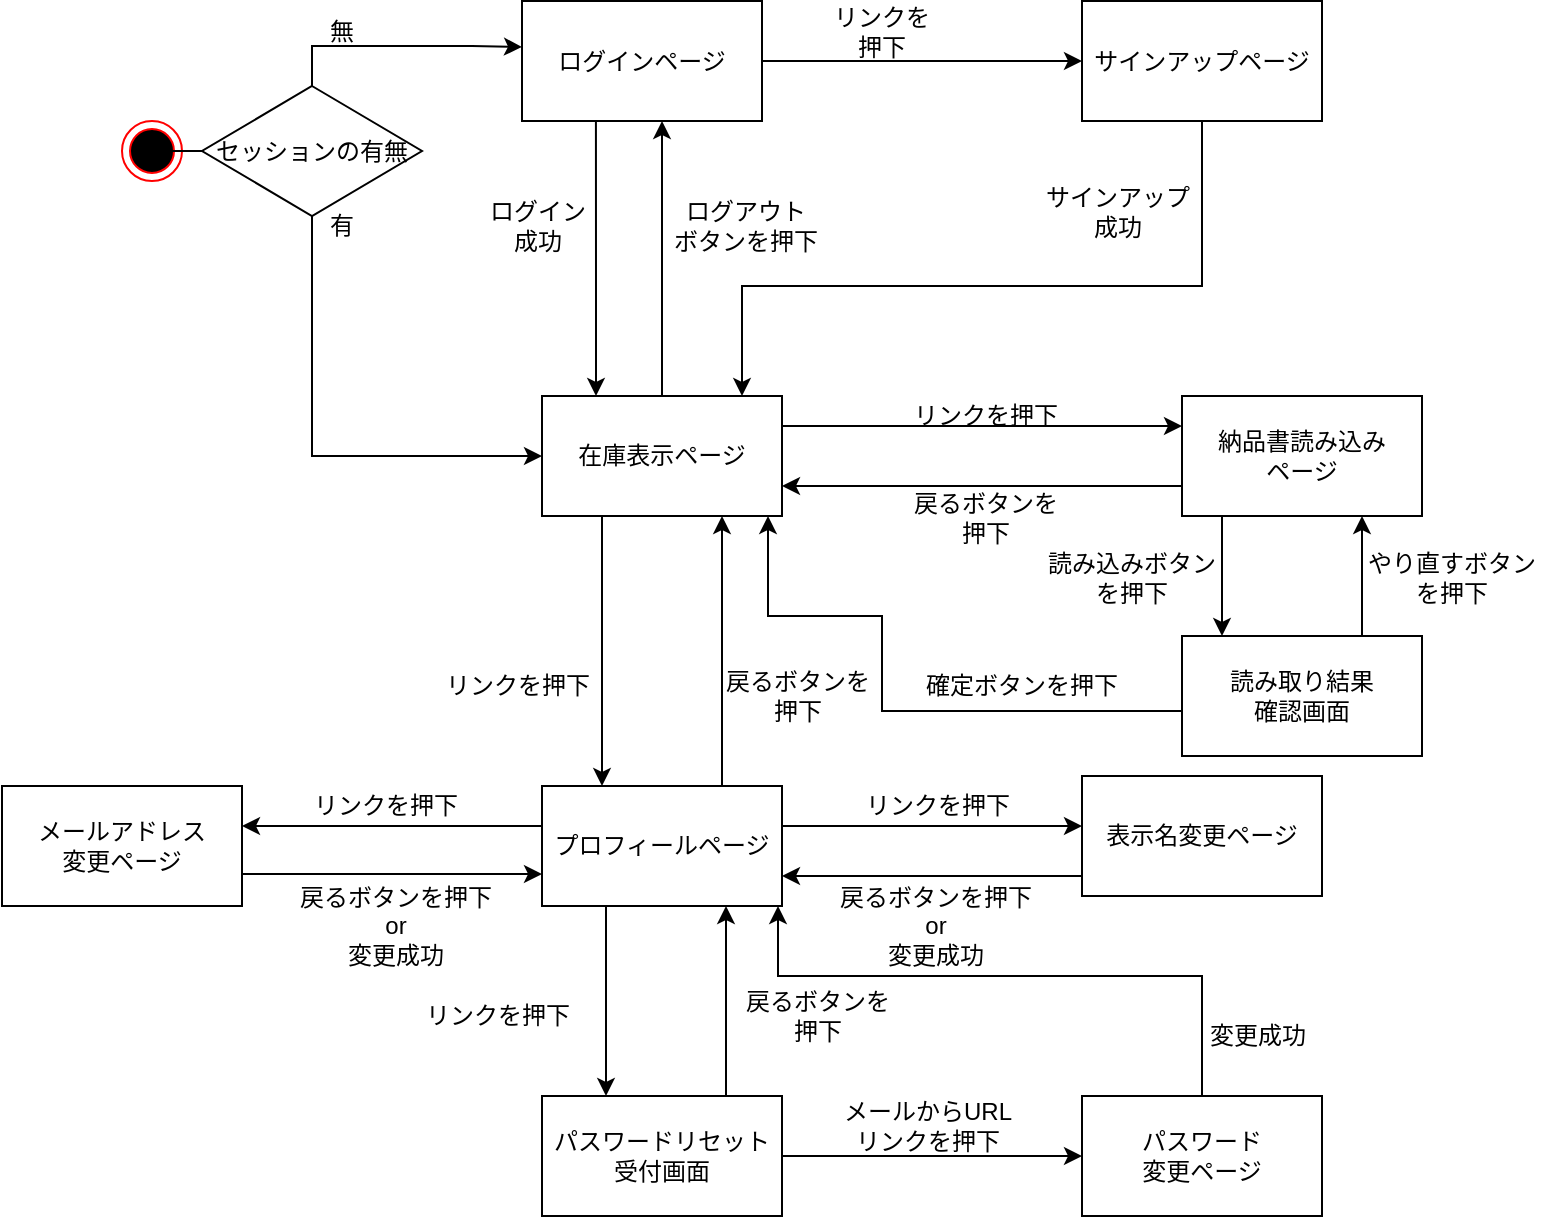
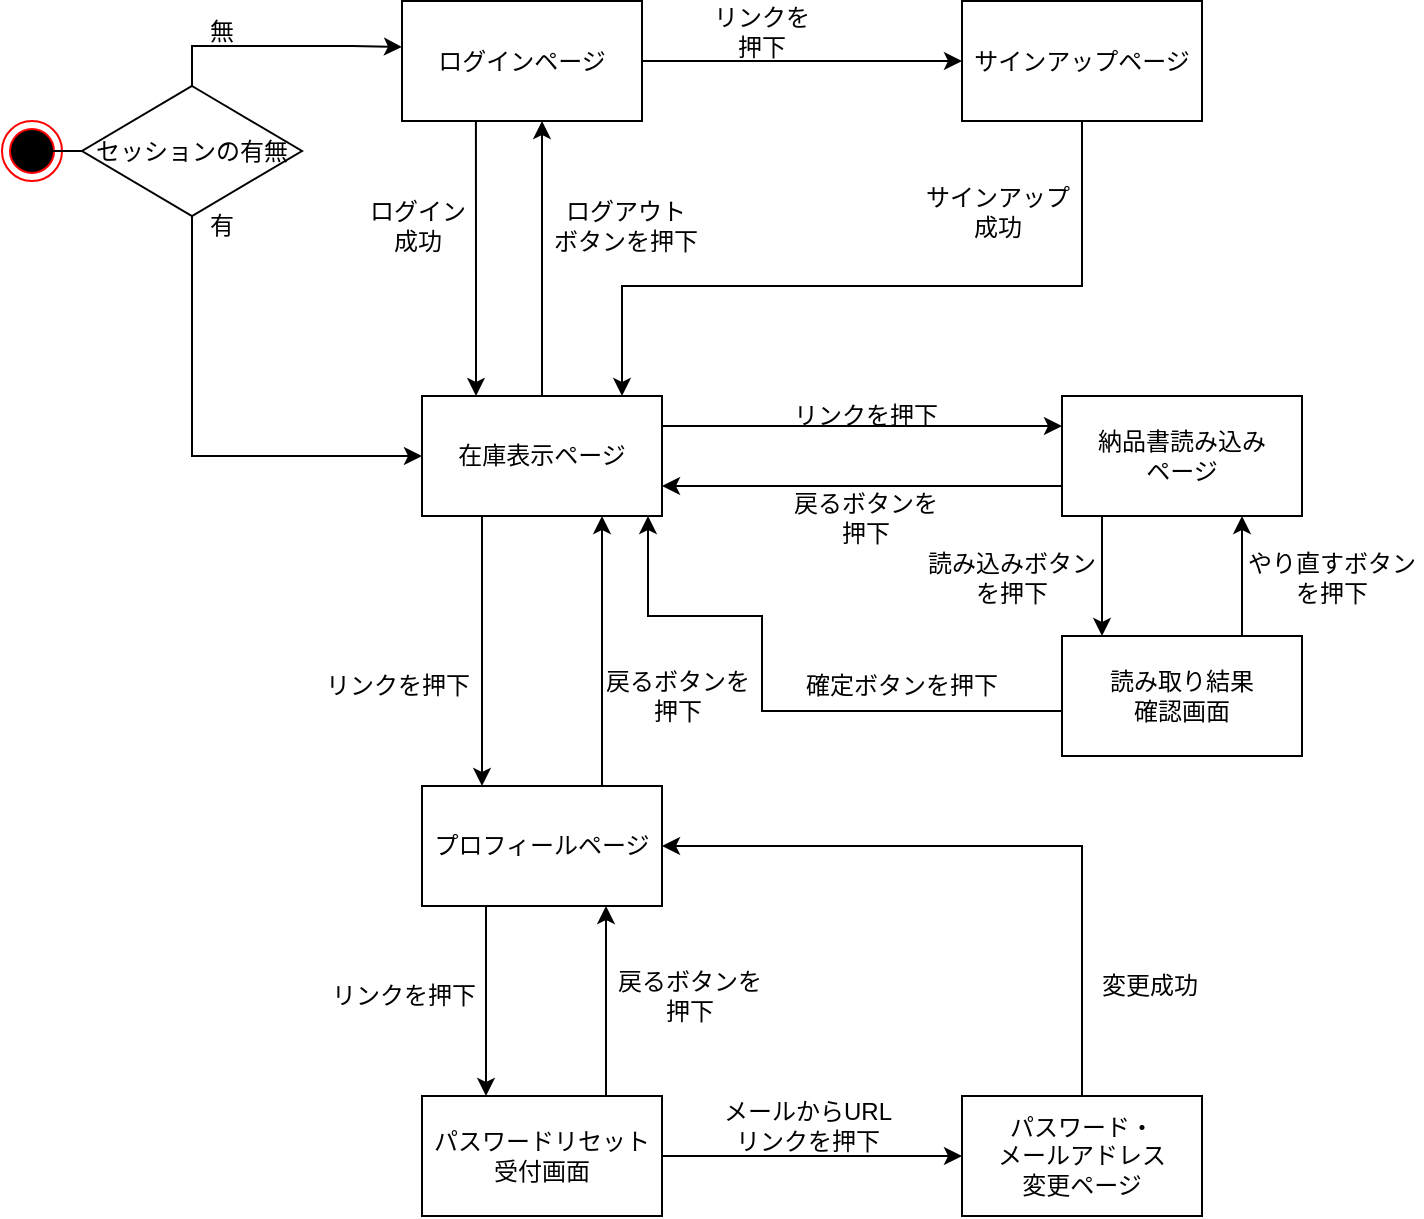
<mxfile host="app.diagrams.net">
  <diagram name="ページ-1" id="oChiVe9o_Wb05AkYbYam">
    <mxGraphModel grid="1" page="1" gridSize="10" guides="1" tooltips="1" connect="1" arrows="1" fold="1" pageScale="1" pageWidth="827" pageHeight="1169" background="none" math="0" shadow="0">
      <root>
        <mxCell id="0" />
        <mxCell id="1" parent="0" />
        <mxCell id="JyQQfxbpPmY2MaOm-ZnS-17" edge="1" parent="1" source="JyQQfxbpPmY2MaOm-ZnS-1" style="edgeStyle=orthogonalEdgeStyle;rounded=0;orthogonalLoop=1;jettySize=auto;html=1;" target="JyQQfxbpPmY2MaOm-ZnS-16" value="">
          <mxGeometry relative="1" as="geometry" />
        </mxCell>
        <mxCell id="JyQQfxbpPmY2MaOm-ZnS-20" edge="1" parent="1" source="JyQQfxbpPmY2MaOm-ZnS-1" style="edgeStyle=orthogonalEdgeStyle;rounded=0;orthogonalLoop=1;jettySize=auto;html=1;exitX=0.308;exitY=0.958;exitDx=0;exitDy=0;exitPerimeter=0;" target="JyQQfxbpPmY2MaOm-ZnS-8" value="">
          <mxGeometry relative="1" as="geometry">
            <Array as="points">
              <mxPoint x="307" y="220" />
              <mxPoint x="307" y="220" />
            </Array>
            <mxPoint x="310" y="140" as="sourcePoint" />
          </mxGeometry>
        </mxCell>
        <mxCell id="JyQQfxbpPmY2MaOm-ZnS-1" parent="1" style="rounded=0;whiteSpace=wrap;html=1;" value="ログインページ" vertex="1">
          <mxGeometry height="60" width="120" x="270" y="72.5" as="geometry" />
        </mxCell>
        <mxCell id="JyQQfxbpPmY2MaOm-ZnS-2" parent="1" style="ellipse;html=1;shape=endState;fillColor=#000000;strokeColor=#ff0000;" value="" vertex="1">
          <mxGeometry height="30" width="30" x="70" y="132.5" as="geometry" />
        </mxCell>
        <mxCell id="JyQQfxbpPmY2MaOm-ZnS-7" edge="1" parent="1" source="JyQQfxbpPmY2MaOm-ZnS-3" style="edgeStyle=orthogonalEdgeStyle;rounded=0;orthogonalLoop=1;jettySize=auto;html=1;endArrow=none;endFill=0;" target="JyQQfxbpPmY2MaOm-ZnS-2" value="">
          <mxGeometry relative="1" as="geometry" />
        </mxCell>
        <mxCell id="JyQQfxbpPmY2MaOm-ZnS-11" edge="1" parent="1" source="JyQQfxbpPmY2MaOm-ZnS-3" style="edgeStyle=orthogonalEdgeStyle;rounded=0;orthogonalLoop=1;jettySize=auto;html=1;entryX=0;entryY=0.5;entryDx=0;entryDy=0;exitX=0.5;exitY=1;exitDx=0;exitDy=0;" target="JyQQfxbpPmY2MaOm-ZnS-8">
          <mxGeometry relative="1" as="geometry" />
        </mxCell>
        <mxCell id="JyQQfxbpPmY2MaOm-ZnS-3" parent="1" style="rhombus;whiteSpace=wrap;html=1;" value="セッションの有無" vertex="1">
          <mxGeometry height="65" width="110" x="110" y="115" as="geometry" />
        </mxCell>
        <mxCell id="JyQQfxbpPmY2MaOm-ZnS-19" edge="1" parent="1" style="rounded=0;orthogonalLoop=1;jettySize=auto;html=1;endArrow=classic;endFill=1;edgeStyle=orthogonalEdgeStyle;entryX=0;entryY=0.25;entryDx=0;entryDy=0;" target="JyQQfxbpPmY2MaOm-ZnS-18" value="">
          <mxGeometry relative="1" as="geometry">
            <Array as="points">
              <mxPoint x="378" y="285" />
            </Array>
            <mxPoint x="378" y="282.5" as="sourcePoint" />
            <mxPoint x="580" y="283" as="targetPoint" />
          </mxGeometry>
        </mxCell>
        <mxCell id="JyQQfxbpPmY2MaOm-ZnS-24" edge="1" parent="1" source="JyQQfxbpPmY2MaOm-ZnS-8" style="edgeStyle=orthogonalEdgeStyle;rounded=0;orthogonalLoop=1;jettySize=auto;html=1;" target="JyQQfxbpPmY2MaOm-ZnS-1" value="">
          <mxGeometry relative="1" as="geometry">
            <Array as="points">
              <mxPoint x="340" y="210" />
              <mxPoint x="340" y="210" />
            </Array>
          </mxGeometry>
        </mxCell>
        <mxCell id="JyQQfxbpPmY2MaOm-ZnS-8" parent="1" style="rounded=0;whiteSpace=wrap;html=1;" value="在庫表示ページ" vertex="1">
          <mxGeometry height="60" width="120" x="280" y="270" as="geometry" />
        </mxCell>
        <mxCell id="JyQQfxbpPmY2MaOm-ZnS-9" edge="1" parent="1" source="JyQQfxbpPmY2MaOm-ZnS-8" style="edgeStyle=orthogonalEdgeStyle;rounded=0;orthogonalLoop=1;jettySize=auto;html=1;exitX=0.5;exitY=1;exitDx=0;exitDy=0;" target="JyQQfxbpPmY2MaOm-ZnS-8">
          <mxGeometry relative="1" as="geometry" />
        </mxCell>
        <mxCell id="JyQQfxbpPmY2MaOm-ZnS-10" edge="1" parent="1" source="JyQQfxbpPmY2MaOm-ZnS-3" style="edgeStyle=orthogonalEdgeStyle;rounded=0;orthogonalLoop=1;jettySize=auto;html=1;entryX=0;entryY=0.383;entryDx=0;entryDy=0;entryPerimeter=0;exitX=0.5;exitY=0;exitDx=0;exitDy=0;" target="JyQQfxbpPmY2MaOm-ZnS-1">
          <mxGeometry relative="1" as="geometry" />
        </mxCell>
        <mxCell id="JyQQfxbpPmY2MaOm-ZnS-13" parent="1" style="text;html=1;whiteSpace=wrap;strokeColor=none;fillColor=none;align=center;verticalAlign=middle;rounded=0;" value="有&lt;span style=&quot;color: rgba(0, 0, 0, 0); font-family: monospace; font-size: 0px; text-align: start; white-space: nowrap;&quot;&gt;%3CmxGraphModel%3E%3Croot%3E%3CmxCell%20id%3D%220%22%2F%3E%3CmxCell%20id%3D%221%22%20parent%3D%220%22%2F%3E%3CmxCell%20id%3D%222%22%20edge%3D%221%22%20parent%3D%221%22%20style%3D%22edgeStyle%3DorthogonalEdgeStyle%3Brounded%3D0%3BorthogonalLoop%3D1%3BjettySize%3Dauto%3Bhtml%3D1%3BexitX%3D1%3BexitY%3D1%3BexitDx%3D0%3BexitDy%3D0%3BentryX%3D0%3BentryY%3D1%3BentryDx%3D0%3BentryDy%3D0%3B%22%3E%3CmxGeometry%20relative%3D%221%22%20as%3D%22geometry%22%3E%3CmxPoint%20x%3D%22146%22%20y%3D%22151%22%20as%3D%22sourcePoint%22%2F%3E%3CmxPoint%20x%3D%22124%22%20y%3D%22151%22%20as%3D%22targetPoint%22%2F%3E%3C%2FmxGeometry%3E%3C%2FmxCell%3E%3C%2Froot%3E%3C%2FmxGraphModel%3E&lt;/span&gt;" vertex="1">
          <mxGeometry height="30" width="60" x="150" y="170" as="geometry" />
        </mxCell>
        <mxCell id="JyQQfxbpPmY2MaOm-ZnS-14" parent="1" style="text;html=1;whiteSpace=wrap;strokeColor=none;fillColor=none;align=center;verticalAlign=middle;rounded=0;" value="無" vertex="1">
          <mxGeometry height="30" width="60" x="150" y="72.5" as="geometry" />
        </mxCell>
        <mxCell id="JyQQfxbpPmY2MaOm-ZnS-21" edge="1" parent="1" source="JyQQfxbpPmY2MaOm-ZnS-16" style="edgeStyle=orthogonalEdgeStyle;rounded=0;orthogonalLoop=1;jettySize=auto;html=1;exitX=0.5;exitY=1;exitDx=0;exitDy=0;">
          <mxGeometry relative="1" as="geometry">
            <Array as="points">
              <mxPoint x="610" y="215" />
              <mxPoint x="380" y="215" />
            </Array>
            <mxPoint x="610" y="140" as="sourcePoint" />
            <mxPoint x="380" y="270" as="targetPoint" />
          </mxGeometry>
        </mxCell>
        <mxCell id="JyQQfxbpPmY2MaOm-ZnS-16" parent="1" style="rounded=0;whiteSpace=wrap;html=1;" value="サインアップページ" vertex="1">
          <mxGeometry height="60" width="120" x="550" y="72.5" as="geometry" />
        </mxCell>
        <mxCell id="JyQQfxbpPmY2MaOm-ZnS-40" edge="1" parent="1" source="JyQQfxbpPmY2MaOm-ZnS-18" style="edgeStyle=orthogonalEdgeStyle;rounded=0;orthogonalLoop=1;jettySize=auto;html=1;entryX=1;entryY=0.75;entryDx=0;entryDy=0;exitX=0;exitY=0.75;exitDx=0;exitDy=0;" target="JyQQfxbpPmY2MaOm-ZnS-8" value="">
          <mxGeometry relative="1" as="geometry">
            <Array as="points">
              <mxPoint x="600" y="315" />
              <mxPoint x="600" y="315" />
            </Array>
            <mxPoint x="550" y="310" as="sourcePoint" />
            <mxPoint x="470" y="310" as="targetPoint" />
          </mxGeometry>
        </mxCell>
        <mxCell id="eD3HvhzndEq_b_2ouWfE-39" edge="1" parent="1" source="JyQQfxbpPmY2MaOm-ZnS-18" style="edgeStyle=orthogonalEdgeStyle;rounded=0;orthogonalLoop=1;jettySize=auto;html=1;" target="eD3HvhzndEq_b_2ouWfE-34" value="">
          <mxGeometry relative="1" as="geometry">
            <Array as="points">
              <mxPoint x="620" y="350" />
              <mxPoint x="620" y="350" />
            </Array>
          </mxGeometry>
        </mxCell>
        <mxCell id="JyQQfxbpPmY2MaOm-ZnS-18" parent="1" style="rounded=0;whiteSpace=wrap;html=1;" value="納品書読み込み&lt;div&gt;ページ&lt;/div&gt;" vertex="1">
          <mxGeometry height="60" width="120" x="600" y="270" as="geometry" />
        </mxCell>
        <mxCell id="JyQQfxbpPmY2MaOm-ZnS-30" parent="1" style="text;html=1;whiteSpace=wrap;strokeColor=none;fillColor=none;align=center;verticalAlign=middle;rounded=0;" value="リンクを押下" vertex="1">
          <mxGeometry height="30" width="60" x="420" y="72.5" as="geometry" />
        </mxCell>
        <mxCell id="JyQQfxbpPmY2MaOm-ZnS-32" parent="1" style="text;html=1;whiteSpace=wrap;strokeColor=none;fillColor=none;align=center;verticalAlign=middle;rounded=0;" value="サインアップ成功" vertex="1">
          <mxGeometry height="30" width="76" x="530" y="162.5" as="geometry" />
        </mxCell>
        <mxCell id="JyQQfxbpPmY2MaOm-ZnS-33" parent="1" style="text;html=1;whiteSpace=wrap;strokeColor=none;fillColor=none;align=center;verticalAlign=middle;rounded=0;" value="ログイン&lt;div&gt;成功&lt;/div&gt;" vertex="1">
          <mxGeometry height="30" width="76" x="240" y="170" as="geometry" />
        </mxCell>
        <mxCell id="JyQQfxbpPmY2MaOm-ZnS-34" parent="1" style="text;html=1;whiteSpace=wrap;strokeColor=none;fillColor=none;align=center;verticalAlign=middle;rounded=0;" value="ログアウト&lt;div&gt;ボタンを押下&lt;/div&gt;" vertex="1">
          <mxGeometry height="30" width="76" x="344" y="170" as="geometry" />
        </mxCell>
        <mxCell id="JyQQfxbpPmY2MaOm-ZnS-39" parent="1" style="text;html=1;whiteSpace=wrap;strokeColor=none;fillColor=none;align=center;verticalAlign=middle;rounded=0;" value="リンクを押下" vertex="1">
          <mxGeometry height="40" width="76" x="464" y="260" as="geometry" />
        </mxCell>
        <mxCell id="JyQQfxbpPmY2MaOm-ZnS-43" parent="1" style="text;html=1;whiteSpace=wrap;strokeColor=none;fillColor=none;align=center;verticalAlign=middle;rounded=0;" value="戻るボタンを押下" vertex="1">
          <mxGeometry height="30" width="76" x="464" y="316" as="geometry" />
        </mxCell>
        <mxCell id="eD3HvhzndEq_b_2ouWfE-1" parent="1" style="rounded=0;whiteSpace=wrap;html=1;" value="プロフィールページ" vertex="1">
          <mxGeometry height="60" width="120" x="280" y="465" as="geometry" />
        </mxCell>
        <mxCell id="eD3HvhzndEq_b_2ouWfE-2" edge="1" parent="1" source="JyQQfxbpPmY2MaOm-ZnS-8" style="rounded=0;orthogonalLoop=1;jettySize=auto;html=1;endArrow=classic;endFill=1;edgeStyle=orthogonalEdgeStyle;entryX=0.25;entryY=0;entryDx=0;entryDy=0;exitX=0.25;exitY=1;exitDx=0;exitDy=0;" target="eD3HvhzndEq_b_2ouWfE-1" value="">
          <mxGeometry relative="1" as="geometry">
            <Array as="points" />
            <mxPoint x="270" y="350" as="sourcePoint" />
            <mxPoint x="420" y="350" as="targetPoint" />
          </mxGeometry>
        </mxCell>
        <mxCell id="eD3HvhzndEq_b_2ouWfE-3" edge="1" parent="1" source="eD3HvhzndEq_b_2ouWfE-1" style="edgeStyle=orthogonalEdgeStyle;rounded=0;orthogonalLoop=1;jettySize=auto;html=1;entryX=0.75;entryY=1;entryDx=0;entryDy=0;exitX=0.75;exitY=0;exitDx=0;exitDy=0;" target="JyQQfxbpPmY2MaOm-ZnS-8" value="">
          <mxGeometry relative="1" as="geometry">
            <Array as="points" />
            <mxPoint x="370" y="385" as="sourcePoint" />
            <mxPoint x="220" y="390" as="targetPoint" />
          </mxGeometry>
        </mxCell>
        <mxCell id="eD3HvhzndEq_b_2ouWfE-4" parent="1" style="text;html=1;whiteSpace=wrap;strokeColor=none;fillColor=none;align=center;verticalAlign=middle;rounded=0;" value="リンクを押下" vertex="1">
          <mxGeometry height="50" width="76" x="230" y="390" as="geometry" />
        </mxCell>
        <mxCell id="eD3HvhzndEq_b_2ouWfE-5" parent="1" style="text;html=1;whiteSpace=wrap;strokeColor=none;fillColor=none;align=center;verticalAlign=middle;rounded=0;" value="戻るボタンを押下" vertex="1">
          <mxGeometry height="30" width="76" x="370" y="405" as="geometry" />
        </mxCell>
-         <mxCell id="eD3HvhzndEq_b_2ouWfE-6" parent="1" style="rounded=0;whiteSpace=wrap;html=1;" value="表示名変更ページ" vertex="1">
-           <mxGeometry height="60" width="120" x="550" y="460" as="geometry" />
-         </mxCell>
        <mxCell id="eD3HvhzndEq_b_2ouWfE-9" parent="1" style="rounded=0;whiteSpace=wrap;html=1;" value="パスワードリセット受付画面" vertex="1">
          <mxGeometry height="60" width="120" x="280" y="620" as="geometry" />
        </mxCell>
-         <mxCell id="eD3HvhzndEq_b_2ouWfE-10" parent="1" style="rounded=0;whiteSpace=wrap;html=1;" value="メールアドレス&lt;div&gt;変更ページ&lt;/div&gt;" vertex="1">
-           <mxGeometry height="60" width="120" x="10" y="465" as="geometry" />
-         </mxCell>
        <mxCell id="eD3HvhzndEq_b_2ouWfE-12" edge="1" parent="1" style="rounded=0;orthogonalLoop=1;jettySize=auto;html=1;endArrow=classic;endFill=1;edgeStyle=orthogonalEdgeStyle;entryX=0.25;entryY=0;entryDx=0;entryDy=0;exitX=0.25;exitY=1;exitDx=0;exitDy=0;" value="">
          <mxGeometry relative="1" as="geometry">
            <Array as="points" />
            <mxPoint x="312" y="525" as="sourcePoint" />
            <mxPoint x="312" y="620" as="targetPoint" />
          </mxGeometry>
        </mxCell>
        <mxCell id="eD3HvhzndEq_b_2ouWfE-13" edge="1" parent="1" style="edgeStyle=orthogonalEdgeStyle;rounded=0;orthogonalLoop=1;jettySize=auto;html=1;entryX=0.75;entryY=1;entryDx=0;entryDy=0;exitX=0.75;exitY=0;exitDx=0;exitDy=0;" value="">
          <mxGeometry relative="1" as="geometry">
            <Array as="points" />
            <mxPoint x="372" y="620" as="sourcePoint" />
            <mxPoint x="372" y="525" as="targetPoint" />
          </mxGeometry>
        </mxCell>
        <mxCell id="eD3HvhzndEq_b_2ouWfE-14" parent="1" style="text;html=1;whiteSpace=wrap;strokeColor=none;fillColor=none;align=center;verticalAlign=middle;rounded=0;" value="リンクを押下" vertex="1">
-           <mxGeometry height="50" width="76" x="220" y="555" as="geometry" />
+           <mxGeometry height="50" width="76" x="233" y="545" as="geometry" />
        </mxCell>
        <mxCell id="eD3HvhzndEq_b_2ouWfE-15" parent="1" style="text;html=1;whiteSpace=wrap;strokeColor=none;fillColor=none;align=center;verticalAlign=middle;rounded=0;" value="戻るボタンを押下" vertex="1">
-           <mxGeometry height="30" width="76" x="380" y="565" as="geometry" />
-         </mxCell>
-         <mxCell id="eD3HvhzndEq_b_2ouWfE-16" edge="1" parent="1" style="rounded=0;orthogonalLoop=1;jettySize=auto;html=1;endArrow=classic;endFill=1;edgeStyle=orthogonalEdgeStyle;entryX=0;entryY=0.5;entryDx=0;entryDy=0;" value="">
-           <mxGeometry relative="1" as="geometry">
-             <Array as="points">
-               <mxPoint x="430" y="485" />
-               <mxPoint x="430" y="485" />
-             </Array>
-             <mxPoint x="400" y="485" as="sourcePoint" />
-             <mxPoint x="550" y="485" as="targetPoint" />
-           </mxGeometry>
-         </mxCell>
-         <mxCell id="eD3HvhzndEq_b_2ouWfE-17" edge="1" parent="1" style="edgeStyle=orthogonalEdgeStyle;rounded=0;orthogonalLoop=1;jettySize=auto;html=1;entryX=1;entryY=0.75;entryDx=0;entryDy=0;" value="">
-           <mxGeometry relative="1" as="geometry">
-             <Array as="points">
-               <mxPoint x="550" y="510" />
-             </Array>
-             <mxPoint x="550" y="505" as="sourcePoint" />
-             <mxPoint x="400" y="510" as="targetPoint" />
-           </mxGeometry>
-         </mxCell>
-         <mxCell id="eD3HvhzndEq_b_2ouWfE-18" parent="1" style="text;html=1;whiteSpace=wrap;strokeColor=none;fillColor=none;align=center;verticalAlign=middle;rounded=0;" value="リンクを押下" vertex="1">
-           <mxGeometry height="40" width="76" x="440" y="455" as="geometry" />
-         </mxCell>
-         <mxCell id="eD3HvhzndEq_b_2ouWfE-20" edge="1" parent="1" style="rounded=0;orthogonalLoop=1;jettySize=auto;html=1;endArrow=classic;endFill=1;edgeStyle=orthogonalEdgeStyle;entryX=0;entryY=0.5;entryDx=0;entryDy=0;" value="">
-           <mxGeometry relative="1" as="geometry">
-             <Array as="points">
-               <mxPoint x="160" y="509" />
-               <mxPoint x="160" y="509" />
-             </Array>
-             <mxPoint x="130" y="509" as="sourcePoint" />
-             <mxPoint x="280" y="509" as="targetPoint" />
-           </mxGeometry>
-         </mxCell>
-         <mxCell id="eD3HvhzndEq_b_2ouWfE-21" edge="1" parent="1" style="edgeStyle=orthogonalEdgeStyle;rounded=0;orthogonalLoop=1;jettySize=auto;html=1;entryX=1;entryY=0.75;entryDx=0;entryDy=0;" value="">
-           <mxGeometry relative="1" as="geometry">
-             <Array as="points">
-               <mxPoint x="280" y="485" />
-             </Array>
-             <mxPoint x="280" y="480" as="sourcePoint" />
-             <mxPoint x="130" y="485" as="targetPoint" />
-           </mxGeometry>
-         </mxCell>
-         <mxCell id="eD3HvhzndEq_b_2ouWfE-22" parent="1" style="text;html=1;whiteSpace=wrap;strokeColor=none;fillColor=none;align=center;verticalAlign=middle;rounded=0;" value="リンクを押下" vertex="1">
-           <mxGeometry height="40" width="76" x="164" y="455" as="geometry" />
-         </mxCell>
-         <mxCell id="eD3HvhzndEq_b_2ouWfE-23" parent="1" style="text;html=1;whiteSpace=wrap;strokeColor=none;fillColor=none;align=center;verticalAlign=middle;rounded=0;" value="戻るボタンを押下&lt;div&gt;or&lt;/div&gt;&lt;div&gt;変更成功&lt;/div&gt;" vertex="1">
-           <mxGeometry height="30" width="126" x="144" y="520" as="geometry" />
-         </mxCell>
-         <mxCell id="eD3HvhzndEq_b_2ouWfE-27" parent="1" style="text;html=1;whiteSpace=wrap;strokeColor=none;fillColor=none;align=center;verticalAlign=middle;rounded=0;" value="戻るボタンを押下&lt;div&gt;or&lt;/div&gt;&lt;div&gt;変更成功&lt;/div&gt;" vertex="1">
-           <mxGeometry height="30" width="126" x="414" y="520" as="geometry" />
+           <mxGeometry height="30" width="76" x="376" y="555" as="geometry" />
        </mxCell>
        <mxCell id="eD3HvhzndEq_b_2ouWfE-28" edge="1" parent="1" source="eD3HvhzndEq_b_2ouWfE-9" style="rounded=0;orthogonalLoop=1;jettySize=auto;html=1;endArrow=classic;endFill=1;edgeStyle=orthogonalEdgeStyle;exitX=1;exitY=0.5;exitDx=0;exitDy=0;entryX=0;entryY=0.5;entryDx=0;entryDy=0;" target="eD3HvhzndEq_b_2ouWfE-29" value="">
          <mxGeometry relative="1" as="geometry">
            <Array as="points" />
            <mxPoint x="439" y="650" as="sourcePoint" />
            <mxPoint x="550" y="650" as="targetPoint" />
          </mxGeometry>
        </mxCell>
-         <mxCell id="eD3HvhzndEq_b_2ouWfE-31" edge="1" parent="1" source="eD3HvhzndEq_b_2ouWfE-29" style="edgeStyle=orthogonalEdgeStyle;rounded=0;orthogonalLoop=1;jettySize=auto;html=1;entryX=1;entryY=1;entryDx=0;entryDy=0;exitX=0.5;exitY=0;exitDx=0;exitDy=0;" value="">
-           <mxGeometry relative="1" as="geometry">
-             <Array as="points">
-               <mxPoint x="610" y="560" />
-               <mxPoint x="398" y="560" />
+         <mxCell id="eD3HvhzndEq_b_2ouWfE-31" edge="1" parent="1" source="eD3HvhzndEq_b_2ouWfE-29" style="edgeStyle=orthogonalEdgeStyle;rounded=0;orthogonalLoop=1;jettySize=auto;html=1;entryX=1;entryY=0.5;entryDx=0;entryDy=0;exitX=0.5;exitY=0;exitDx=0;exitDy=0;" target="eD3HvhzndEq_b_2ouWfE-1" value="">
+           <mxGeometry relative="1" as="geometry">
+             <Array as="points">
+               <mxPoint x="610" y="495" />
            </Array>
            <mxPoint x="548" y="650" as="sourcePoint" />
            <mxPoint x="398" y="525" as="targetPoint" />
          </mxGeometry>
        </mxCell>
-         <mxCell id="eD3HvhzndEq_b_2ouWfE-29" parent="1" style="rounded=0;whiteSpace=wrap;html=1;" value="パスワード&lt;div&gt;変更ページ&lt;/div&gt;" vertex="1">
+         <mxCell id="eD3HvhzndEq_b_2ouWfE-29" parent="1" style="rounded=0;whiteSpace=wrap;html=1;" value="パスワード・&lt;div&gt;メールアドレス&lt;/div&gt;&lt;div&gt;&lt;span style=&quot;background-color: transparent; color: light-dark(rgb(0, 0, 0), rgb(255, 255, 255));&quot;&gt;変更ページ&lt;/span&gt;&lt;/div&gt;" vertex="1">
          <mxGeometry height="60" width="120" x="550" y="620" as="geometry" />
        </mxCell>
        <mxCell id="eD3HvhzndEq_b_2ouWfE-30" parent="1" style="text;html=1;whiteSpace=wrap;strokeColor=none;fillColor=none;align=center;verticalAlign=middle;rounded=0;" value="メールからURLリンクを押下" vertex="1">
          <mxGeometry height="30" width="86" x="430" y="620" as="geometry" />
        </mxCell>
        <mxCell id="eD3HvhzndEq_b_2ouWfE-32" parent="1" style="text;html=1;whiteSpace=wrap;strokeColor=none;fillColor=none;align=center;verticalAlign=middle;rounded=0;" value="&lt;span style=&quot;background-color: transparent; color: light-dark(rgb(0, 0, 0), rgb(255, 255, 255));&quot;&gt;変更成功&lt;/span&gt;" vertex="1">
-           <mxGeometry height="30" width="64" x="606" y="575" as="geometry" />
+           <mxGeometry height="30" width="64" x="612" y="550" as="geometry" />
        </mxCell>
        <mxCell id="eD3HvhzndEq_b_2ouWfE-36" edge="1" parent="1" source="eD3HvhzndEq_b_2ouWfE-34" style="edgeStyle=orthogonalEdgeStyle;rounded=0;orthogonalLoop=1;jettySize=auto;html=1;entryX=0.75;entryY=1;entryDx=0;entryDy=0;" target="JyQQfxbpPmY2MaOm-ZnS-18" value="">
          <mxGeometry relative="1" as="geometry">
            <Array as="points">
              <mxPoint x="690" y="340" />
              <mxPoint x="690" y="340" />
            </Array>
          </mxGeometry>
        </mxCell>
        <mxCell id="eD3HvhzndEq_b_2ouWfE-41" edge="1" parent="1" source="eD3HvhzndEq_b_2ouWfE-34" style="edgeStyle=orthogonalEdgeStyle;rounded=0;orthogonalLoop=1;jettySize=auto;html=1;exitX=0;exitY=0.625;exitDx=0;exitDy=0;exitPerimeter=0;" value="">
          <mxGeometry relative="1" as="geometry">
            <Array as="points">
              <mxPoint x="450" y="428" />
              <mxPoint x="450" y="380" />
              <mxPoint x="393" y="380" />
            </Array>
            <mxPoint x="393" y="330" as="targetPoint" />
          </mxGeometry>
        </mxCell>
        <mxCell id="eD3HvhzndEq_b_2ouWfE-34" parent="1" style="rounded=0;whiteSpace=wrap;html=1;" value="読み取り結果&lt;div&gt;確認画面&lt;/div&gt;" vertex="1">
          <mxGeometry height="60" width="120" x="600" y="390" as="geometry" />
        </mxCell>
        <mxCell id="eD3HvhzndEq_b_2ouWfE-37" parent="1" style="text;html=1;whiteSpace=wrap;strokeColor=none;fillColor=none;align=center;verticalAlign=middle;rounded=0;labelBackgroundColor=none;" value="&lt;span style=&quot;color: rgb(0, 0, 0); font-family: Helvetica; font-size: 12px; font-style: normal; font-variant-ligatures: normal; font-variant-caps: normal; font-weight: 400; letter-spacing: normal; orphans: 2; text-align: center; text-indent: 0px; text-transform: none; widows: 2; word-spacing: 0px; -webkit-text-stroke-width: 0px; white-space: normal; text-decoration-thickness: initial; text-decoration-style: initial; text-decoration-color: initial; float: none; display: inline !important;&quot;&gt;やり直すボタンを押下&lt;/span&gt;" vertex="1">
          <mxGeometry height="30" width="90" x="690" y="346" as="geometry" />
        </mxCell>
        <mxCell id="eD3HvhzndEq_b_2ouWfE-38" parent="1" style="text;html=1;whiteSpace=wrap;strokeColor=none;fillColor=none;align=center;verticalAlign=middle;rounded=0;" value="確定ボタン&lt;span style=&quot;background-color: transparent; color: light-dark(rgb(0, 0, 0), rgb(255, 255, 255));&quot;&gt;を押下&lt;/span&gt;" vertex="1">
          <mxGeometry height="30" width="100" x="470" y="400" as="geometry" />
        </mxCell>
        <mxCell id="eD3HvhzndEq_b_2ouWfE-42" parent="1" style="text;html=1;whiteSpace=wrap;strokeColor=none;fillColor=none;align=center;verticalAlign=middle;rounded=0;labelBackgroundColor=none;" value="&lt;span style=&quot;color: rgb(0, 0, 0); font-family: Helvetica; font-size: 12px; font-style: normal; font-variant-ligatures: normal; font-variant-caps: normal; font-weight: 400; letter-spacing: normal; orphans: 2; text-align: center; text-indent: 0px; text-transform: none; widows: 2; word-spacing: 0px; -webkit-text-stroke-width: 0px; white-space: normal; text-decoration-thickness: initial; text-decoration-style: initial; text-decoration-color: initial; float: none; display: inline !important;&quot;&gt;読み込みボタンを押下&lt;/span&gt;" vertex="1">
          <mxGeometry height="30" width="90" x="530" y="346" as="geometry" />
        </mxCell>
      </root>
    </mxGraphModel>
  </diagram>
</mxfile>
